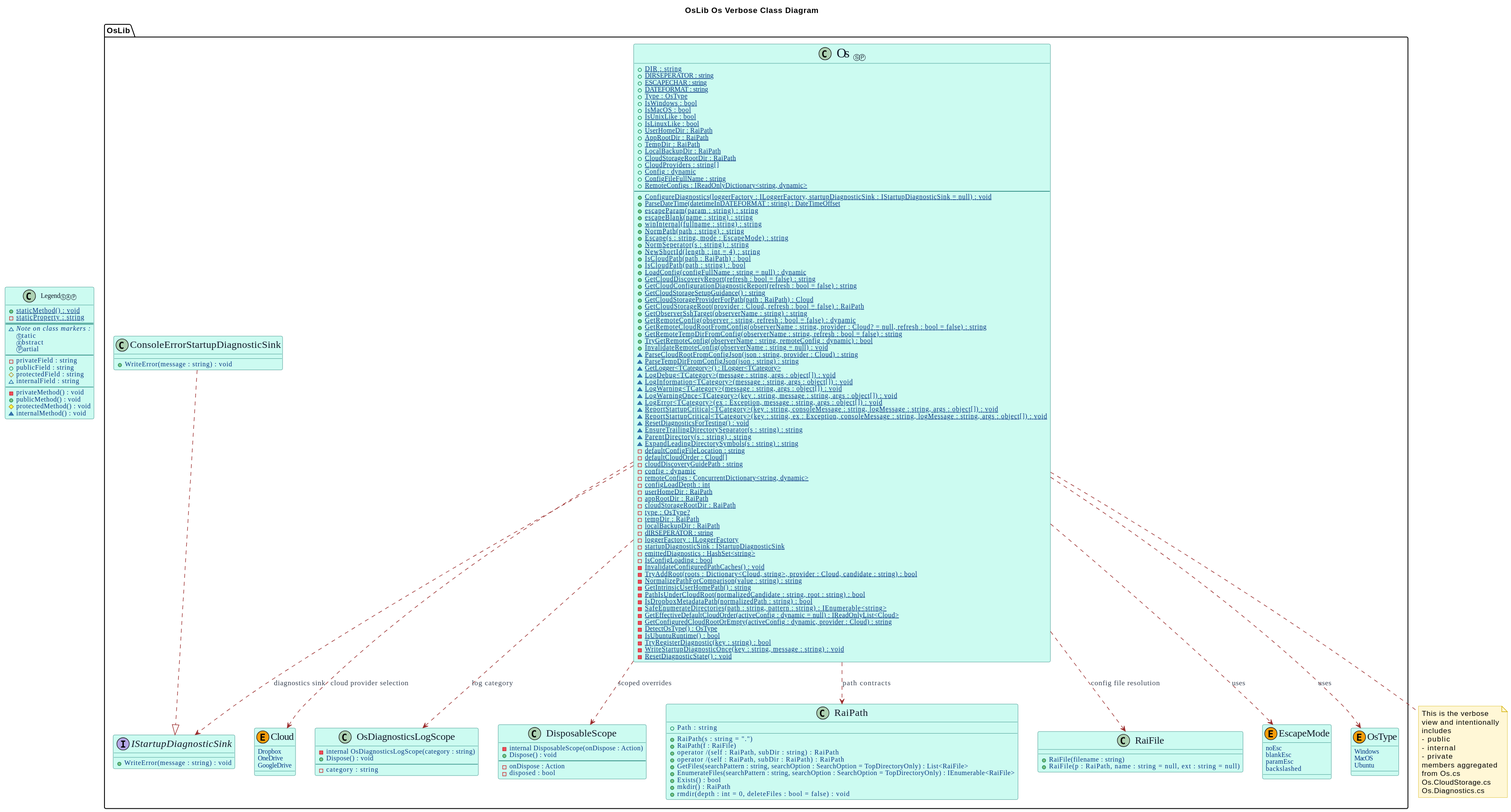
Above: Os-verboseCD.svg in Burkhardt/OsLib (PlantUML), before the change. Source of this version:
```plantuml
@startuml

title OsLib Os Verbose Class Diagram

skinparam backgroundColor white
skinparam shadowing false
skinparam DiagramFontName "Casual"
skinparam DiagramFontSize 36
skinparam ClassFontName "Casual"
skinparam ClassFontSize 36
skinparam ClassAttributeIconSize 10
skinparam ClassAttributeFontName Casual
skinparam ClassAttributeFontColor #053583
skinparam ClassAttributeFontWeight normal
skinparam ClassAttributeFontSize 12
skinparam ClassMethodFontName "Casual"
skinparam ClassMethodFontSize 12
skinparam ClassMethodFontWeight 500
skinparam ClassAttributeFontStyle normal
skinparam ClassBorderColor #0f766e
skinparam ClassBackgroundColor #ccfbf1
skinparam ClassFontColor #111827
skinparam EnumBorderColor #b45309
skinparam EnumBackgroundColor #fef3c7
skinparam EnumFontColor #7c2d12
skinparam NoteBackgroundColor #fff7d6
skinparam NoteBorderColor #d4b106
skinparam ArrowColor #9b2c2c
skinparam ArrowFontColor #374151
skinparam ArrowFontName "Casual"

show circle

package "OsLib" {
	enum "<size:18>EscapeMode</size>" as EscapeMode << (E,#f59e0b) >> {
		noEsc
		blankEsc
		paramEsc
		backslashed
	}

	enum "<size:18>OsType</size>" as OsType << (E,#f59e0b) >> {
		Windows
		MacOS
		Ubuntu
	}

	enum "<size:18>Cloud</size>" as Cloud << (E,#f59e0b) >> {
		Dropbox
		OneDrive
		GoogleDrive
	}

	interface "<size:18>IStartupDiagnosticSink</size>" as IStartupDiagnosticSink {
		+WriteError(message : string) : void
	}

	class "<size:18>ConsoleErrorStartupDiagnosticSink</size>" as ConsoleErrorStartupDiagnosticSink {
		+WriteError(message : string) : void
	}

	class "<size:18>OsDiagnosticsLogScope</size>" as OsDiagnosticsLogScope {
		-internal OsDiagnosticsLogScope(category : string)
		+Dispose() : void
		--
		-category : string
	}

	class "<size:18>DisposableScope</size>" as DisposableScope {
		-internal DisposableScope(onDispose : Action)
		+Dispose() : void
		--
		-onDispose : Action
		-disposed : bool
	}

	class "<size:18>RaiPath</size>" as RaiPath {
		+Path : string
		+RaiPath(s : string = ".")
		+RaiPath(f : RaiFile)
		+operator /(self : RaiPath, subDir : string) : RaiPath
		+operator /(self : RaiPath, subDir : RaiPath) : RaiPath
		+GetFiles(searchPattern : string, searchOption : SearchOption = TopDirectoryOnly) : List<RaiFile>
		+EnumerateFiles(searchPattern : string, searchOption : SearchOption = TopDirectoryOnly) : IEnumerable<RaiFile>
		+Exists() : bool
		+mkdir() : RaiPath
		+rmdir(depth : int = 0, deleteFiles : bool = false) : void
	}

	class "<size:18>RaiFile</size>" as RaiFile {
		+RaiFile(filename : string)
		+RaiFile(p : RaiPath, name : string = null, ext : string = null)
	}

	class "<size:24>Os</size> ⓈⓅ" as Os {
		+{static} DIR : string
		+{static} DIRSEPERATOR : string
		+{static} ESCAPECHAR : string
		+{static} DATEFORMAT : string
		+{static} Type : OsType
		+{static} IsWindows : bool
		+{static} IsMacOS : bool
		+{static} IsUnixLike : bool
		+{static} IsLinuxLike : bool
		+{static} UserHomeDir : RaiPath
		+{static} AppRootDir : RaiPath
		+{static} TempDir : RaiPath
		+{static} LocalBackupDir : RaiPath
		+{static} CloudStorageRootDir : RaiPath
		+{static} CloudProviders : string[]
		+{static} Config : dynamic
		+{static} ConfigFileFullName : string
		+{static} RemoteConfigs : IReadOnlyDictionary<string, dynamic>
		--
		+{static} ConfigureDiagnostics(loggerFactory : ILoggerFactory, startupDiagnosticSink : IStartupDiagnosticSink = null) : void
		+{static} ParseDateTime(datetimeInDATEFORMAT : string) : DateTimeOffset
		+{static} escapeParam(param : string) : string
		+{static} escapeBlank(name : string) : string
		+{static} winInternal(fullname : string) : string
		+{static} NormPath(path : string) : string
		+{static} Escape(s : string, mode : EscapeMode) : string
		+{static} NormSeperator(s : string) : string
		+{static} NewShortId(length : int = 4) : string
		+{static} IsCloudPath(path : RaiPath) : bool
		+{static} IsCloudPath(path : string) : bool
		+{static} LoadConfig(configFullName : string = null) : dynamic
		+{static} GetCloudDiscoveryReport(refresh : bool = false) : string
		+{static} GetCloudConfigurationDiagnosticReport(refresh : bool = false) : string
		+{static} GetCloudStorageSetupGuidance() : string
		+{static} GetCloudStorageProviderForPath(path : RaiPath) : Cloud
		+{static} GetCloudStorageRoot(provider : Cloud, refresh : bool = false) : RaiPath
		+{static} GetObserverSshTarget(observerName : string) : string
		+{static} GetRemoteConfig(observer : string, refresh : bool = false) : dynamic
		+{static} GetRemoteCloudRootFromConfig(observerName : string, provider : Cloud? = null, refresh : bool = false) : string
		+{static} GetRemoteTempDirFromConfig(observerName : string, refresh : bool = false) : string
		+{static} TryGetRemoteConfig(observerName : string, remoteConfig : dynamic) : bool
		+{static} InvalidateRemoteConfig(observerName : string = null) : void
		~{static} ParseCloudRootFromConfigJson(json : string, provider : Cloud) : string
		~{static} ParseTempDirFromConfigJson(json : string) : string
		~{static} GetLogger<TCategory>() : ILogger<TCategory>
		~{static} LogDebug<TCategory>(message : string, args : object[]) : void
		~{static} LogInformation<TCategory>(message : string, args : object[]) : void
		~{static} LogWarning<TCategory>(message : string, args : object[]) : void
		~{static} LogWarningOnce<TCategory>(key : string, message : string, args : object[]) : void
		~{static} LogError<TCategory>(ex : Exception, message : string, args : object[]) : void
		~{static} ReportStartupCritical<TCategory>(key : string, consoleMessage : string, logMessage : string, args : object[]) : void
		~{static} ReportStartupCritical<TCategory>(key : string, ex : Exception, consoleMessage : string, logMessage : string, args : object[]) : void
		~{static} ResetDiagnosticsForTesting() : void
		~{static} EnsureTrailingDirectorySeparator(s : string) : string
		~{static} ParentDirectory(s : string) : string
		~{static} ExpandLeadingDirectorySymbols(s : string) : string
		-{static} defaultConfigFileLocation : string
		-{static} defaultCloudOrder : Cloud[]
		-{static} cloudDiscoveryGuidePath : string
		-{static} config : dynamic
		-{static} remoteConfigs : ConcurrentDictionary<string, dynamic>
		-{static} configLoadDepth : int
		-{static} userHomeDir : RaiPath
		-{static} appRootDir : RaiPath
		-{static} cloudStorageRootDir : RaiPath
		-{static} type : OsType?
		-{static} tempDir : RaiPath
		-{static} localBackupDir : RaiPath
		-{static} dIRSEPERATOR : string
		-{static} loggerFactory : ILoggerFactory
		-{static} startupDiagnosticSink : IStartupDiagnosticSink
		-{static} emittedDiagnostics : HashSet<string>
		-{static} IsConfigLoading : bool
		-{static} InvalidateConfiguredPathCaches() : void
		-{static} TryAddRoot(roots : Dictionary<Cloud, string>, provider : Cloud, candidate : string) : bool
		-{static} NormalizePathForComparison(value : string) : string
		-{static} GetIntrinsicUserHomePath() : string
		-{static} PathIsUnderCloudRoot(normalizedCandidate : string, root : string) : bool
		-{static} IsDropboxMetadataPath(normalizedPath : string) : bool
		-{static} SafeEnumerateDirectories(path : string, pattern : string) : IEnumerable<string>
		-{static} GetEffectiveDefaultCloudOrder(activeConfig : dynamic = null) : IReadOnlyList<Cloud>
		-{static} GetConfiguredCloudRootOrEmpty(activeConfig : dynamic, provider : Cloud) : string
		-{static} DetectOsType() : OsType
		-{static} IsUbuntuRuntime() : bool
		-{static} TryRegisterDiagnostic(key : string) : bool
		-{static} WriteStartupDiagnosticOnce(key : string, message : string) : void
		-{static} ResetDiagnosticState() : void
	}
}

ConsoleErrorStartupDiagnosticSink ..|> IStartupDiagnosticSink
Os ..> EscapeMode : uses
Os ..> OsType : uses
Os ..> Cloud : cloud provider selection
Os ..> RaiPath : path contracts
Os ..> RaiFile : config file resolution
Os ..> IStartupDiagnosticSink : diagnostics sink
Os ..> OsDiagnosticsLogScope : log category
Os ..> DisposableScope : scoped overrides

class "Legend<size:10>ⓈⒶⓅ</size>" as LegendSample {
	+{static} staticMethod() : void
	-{static} staticProperty : string
	==
	~<i>Note on class markers :</i>
	<size:10>Ⓢ</size>tatic
	<size:10>Ⓐ</size>bstract
	Ⓟartial
	--
	- privateField : string
	+ publicField : string
	# protectedField : string
	~ internalField : string
	--
	- privateMethod() : void
	+ publicMethod() : void
	# protectedMethod() : void
	~ internalMethod() : void
}

note bottom of Os
	This is the verbose
	view and intentionally
	includes
	- public
	- internal
	- private
	members aggregated
	from Os.cs
	Os.CloudStorage.cs
	Os.Diagnostics.cs
end note
@enduml
```
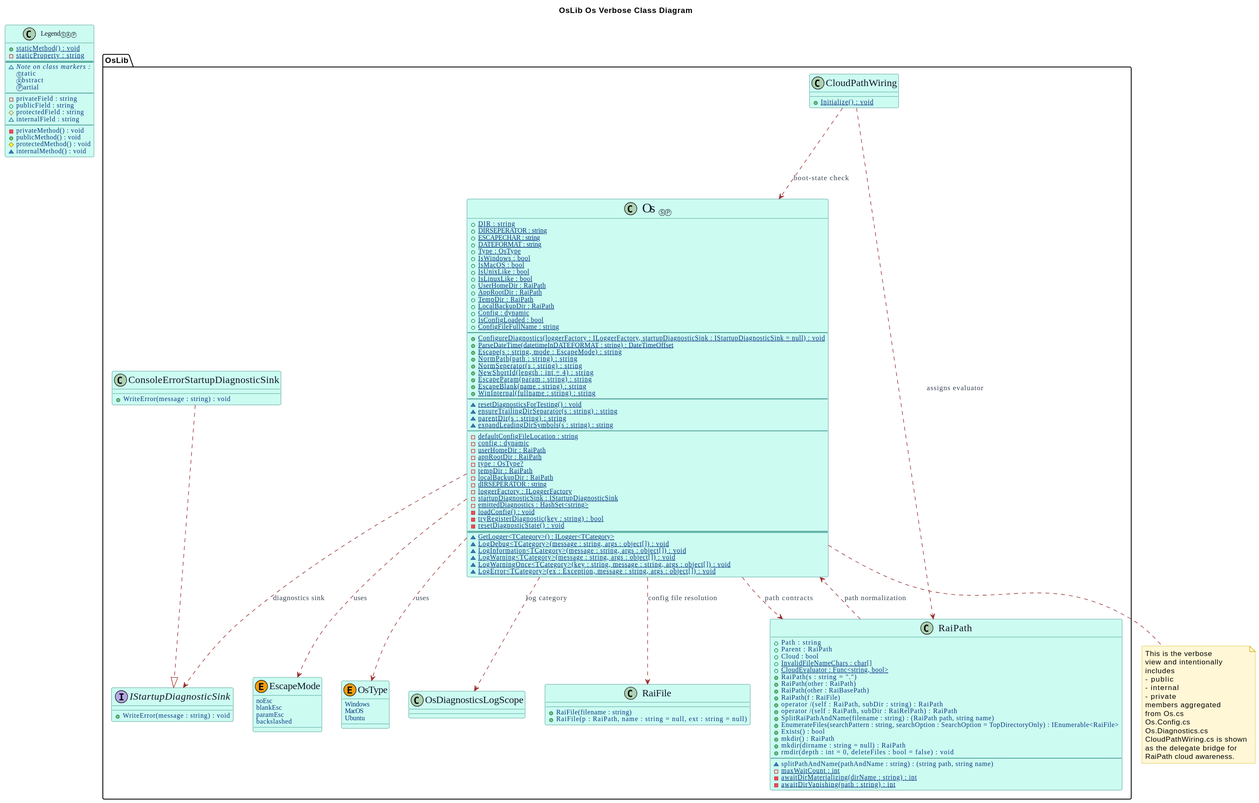
Above is the later version.

Change to the diagram source:
```diff
@@ -45,12 +45,6 @@
 		Ubuntu
 	}
 
-	enum "<size:18>Cloud</size>" as Cloud << (E,#f59e0b) >> {
-		Dropbox
-		OneDrive
-		GoogleDrive
-	}
-
 	interface "<size:18>IStartupDiagnosticSink</size>" as IStartupDiagnosticSink {
 		+WriteError(message : string) : void
 	}
@@ -60,31 +54,35 @@
 	}
 
 	class "<size:18>OsDiagnosticsLogScope</size>" as OsDiagnosticsLogScope {
-		-internal OsDiagnosticsLogScope(category : string)
-		+Dispose() : void
-		--
-		-category : string
 	}
 
-	class "<size:18>DisposableScope</size>" as DisposableScope {
-		-internal DisposableScope(onDispose : Action)
-		+Dispose() : void
-		--
-		-onDispose : Action
-		-disposed : bool
+	class "<size:18>CloudPathWiring</size>" as CloudPathWiring {
+		+{static} Initialize() : void
 	}
 
 	class "<size:18>RaiPath</size>" as RaiPath {
 		+Path : string
+		+Parent : RaiPath
+		+Cloud : bool
+		+{static} InvalidFileNameChars : char[]
+		+{static} CloudEvaluator : Func<string, bool>
 		+RaiPath(s : string = ".")
+		+RaiPath(other : RaiPath)
+		+RaiPath(other : RaiBasePath)
 		+RaiPath(f : RaiFile)
 		+operator /(self : RaiPath, subDir : string) : RaiPath
-		+operator /(self : RaiPath, subDir : RaiPath) : RaiPath
-		+GetFiles(searchPattern : string, searchOption : SearchOption = TopDirectoryOnly) : List<RaiFile>
+		+operator /(self : RaiPath, subDir : RaiRelPath) : RaiPath
+		+SplitRaiPathAndName(filename : string) : (RaiPath path, string name)
 		+EnumerateFiles(searchPattern : string, searchOption : SearchOption = TopDirectoryOnly) : IEnumerable<RaiFile>
 		+Exists() : bool
 		+mkdir() : RaiPath
+		+mkdir(dirname : string = null) : RaiPath
 		+rmdir(depth : int = 0, deleteFiles : bool = false) : void
+		--
+		~splitPathAndName(pathAndName : string) : (string path, string name)
+		-{static} maxWaitCount : int
+		-{static} awaitDirMaterializing(dirName : string) : int
+		-{static} awaitDirVanishing(path : string) : int
 	}
 
 	class "<size:18>RaiFile</size>" as RaiFile {
@@ -106,58 +104,29 @@
 		+{static} AppRootDir : RaiPath
 		+{static} TempDir : RaiPath
 		+{static} LocalBackupDir : RaiPath
-		+{static} CloudStorageRootDir : RaiPath
-		+{static} CloudProviders : string[]
 		+{static} Config : dynamic
+		+{static} IsConfigLoaded : bool
 		+{static} ConfigFileFullName : string
-		+{static} RemoteConfigs : IReadOnlyDictionary<string, dynamic>
 		--
 		+{static} ConfigureDiagnostics(loggerFactory : ILoggerFactory, startupDiagnosticSink : IStartupDiagnosticSink = null) : void
 		+{static} ParseDateTime(datetimeInDATEFORMAT : string) : DateTimeOffset
-		+{static} escapeParam(param : string) : string
-		+{static} escapeBlank(name : string) : string
-		+{static} winInternal(fullname : string) : string
+		+{static} Escape(s : string, mode : EscapeMode) : string
 		+{static} NormPath(path : string) : string
-		+{static} Escape(s : string, mode : EscapeMode) : string
 		+{static} NormSeperator(s : string) : string
 		+{static} NewShortId(length : int = 4) : string
-		+{static} IsCloudPath(path : RaiPath) : bool
-		+{static} IsCloudPath(path : string) : bool
-		+{static} LoadConfig(configFullName : string = null) : dynamic
-		+{static} GetCloudDiscoveryReport(refresh : bool = false) : string
-		+{static} GetCloudConfigurationDiagnosticReport(refresh : bool = false) : string
-		+{static} GetCloudStorageSetupGuidance() : string
-		+{static} GetCloudStorageProviderForPath(path : RaiPath) : Cloud
-		+{static} GetCloudStorageRoot(provider : Cloud, refresh : bool = false) : RaiPath
-		+{static} GetObserverSshTarget(observerName : string) : string
-		+{static} GetRemoteConfig(observer : string, refresh : bool = false) : dynamic
-		+{static} GetRemoteCloudRootFromConfig(observerName : string, provider : Cloud? = null, refresh : bool = false) : string
-		+{static} GetRemoteTempDirFromConfig(observerName : string, refresh : bool = false) : string
-		+{static} TryGetRemoteConfig(observerName : string, remoteConfig : dynamic) : bool
-		+{static} InvalidateRemoteConfig(observerName : string = null) : void
-		~{static} ParseCloudRootFromConfigJson(json : string, provider : Cloud) : string
-		~{static} ParseTempDirFromConfigJson(json : string) : string
-		~{static} GetLogger<TCategory>() : ILogger<TCategory>
-		~{static} LogDebug<TCategory>(message : string, args : object[]) : void
-		~{static} LogInformation<TCategory>(message : string, args : object[]) : void
-		~{static} LogWarning<TCategory>(message : string, args : object[]) : void
-		~{static} LogWarningOnce<TCategory>(key : string, message : string, args : object[]) : void
-		~{static} LogError<TCategory>(ex : Exception, message : string, args : object[]) : void
-		~{static} ReportStartupCritical<TCategory>(key : string, consoleMessage : string, logMessage : string, args : object[]) : void
-		~{static} ReportStartupCritical<TCategory>(key : string, ex : Exception, consoleMessage : string, logMessage : string, args : object[]) : void
-		~{static} ResetDiagnosticsForTesting() : void
-		~{static} EnsureTrailingDirectorySeparator(s : string) : string
-		~{static} ParentDirectory(s : string) : string
-		~{static} ExpandLeadingDirectorySymbols(s : string) : string
+		+{static} EscapeParam(param : string) : string
+		+{static} EscapeBlank(name : string) : string
+		+{static} WinInternal(fullname : string) : string
+		--
+		~{static} resetDiagnosticsForTesting() : void
+		~{static} ensureTrailingDirSeparator(s : string) : string
+		~{static} parentDir(s : string) : string
+		~{static} expandLeadingDirSymbols(s : string) : string
+		--
 		-{static} defaultConfigFileLocation : string
-		-{static} defaultCloudOrder : Cloud[]
-		-{static} cloudDiscoveryGuidePath : string
 		-{static} config : dynamic
-		-{static} remoteConfigs : ConcurrentDictionary<string, dynamic>
-		-{static} configLoadDepth : int
 		-{static} userHomeDir : RaiPath
 		-{static} appRootDir : RaiPath
-		-{static} cloudStorageRootDir : RaiPath
 		-{static} type : OsType?
 		-{static} tempDir : RaiPath
 		-{static} localBackupDir : RaiPath
@@ -165,33 +134,29 @@
 		-{static} loggerFactory : ILoggerFactory
 		-{static} startupDiagnosticSink : IStartupDiagnosticSink
 		-{static} emittedDiagnostics : HashSet<string>
-		-{static} IsConfigLoading : bool
-		-{static} InvalidateConfiguredPathCaches() : void
-		-{static} TryAddRoot(roots : Dictionary<Cloud, string>, provider : Cloud, candidate : string) : bool
-		-{static} NormalizePathForComparison(value : string) : string
-		-{static} GetIntrinsicUserHomePath() : string
-		-{static} PathIsUnderCloudRoot(normalizedCandidate : string, root : string) : bool
-		-{static} IsDropboxMetadataPath(normalizedPath : string) : bool
-		-{static} SafeEnumerateDirectories(path : string, pattern : string) : IEnumerable<string>
-		-{static} GetEffectiveDefaultCloudOrder(activeConfig : dynamic = null) : IReadOnlyList<Cloud>
-		-{static} GetConfiguredCloudRootOrEmpty(activeConfig : dynamic, provider : Cloud) : string
-		-{static} DetectOsType() : OsType
-		-{static} IsUbuntuRuntime() : bool
-		-{static} TryRegisterDiagnostic(key : string) : bool
-		-{static} WriteStartupDiagnosticOnce(key : string, message : string) : void
-		-{static} ResetDiagnosticState() : void
+		-{static} loadConfig() : void
+		-{static} tryRegisterDiagnostic(key : string) : bool
+		-{static} resetDiagnosticState() : void
+		===
+		~{static} GetLogger<TCategory>() : ILogger<TCategory>
+		~{static} LogDebug<TCategory>(message : string, args : object[]) : void
+		~{static} LogInformation<TCategory>(message : string, args : object[]) : void
+		~{static} LogWarning<TCategory>(message : string, args : object[]) : void
+		~{static} LogWarningOnce<TCategory>(key : string, message : string, args : object[]) : void
+		~{static} LogError<TCategory>(ex : Exception, message : string, args : object[]) : void
 	}
 }
 
 ConsoleErrorStartupDiagnosticSink ..|> IStartupDiagnosticSink
 Os ..> EscapeMode : uses
 Os ..> OsType : uses
-Os ..> Cloud : cloud provider selection
 Os ..> RaiPath : path contracts
 Os ..> RaiFile : config file resolution
 Os ..> IStartupDiagnosticSink : diagnostics sink
 Os ..> OsDiagnosticsLogScope : log category
-Os ..> DisposableScope : scoped overrides
+CloudPathWiring ..> Os : boot-state check
+CloudPathWiring ..> RaiPath : assigns evaluator
+RaiPath ..> Os : path normalization
 
 class "Legend<size:10>ⓈⒶⓅ</size>" as LegendSample {
 	+{static} staticMethod() : void
@@ -222,7 +187,10 @@
 	- private
 	members aggregated
 	from Os.cs
-	Os.CloudStorage.cs
+	Os.Config.cs
 	Os.Diagnostics.cs
+	CloudPathWiring.cs is shown
+	as the delegate bridge for
+	RaiPath cloud awareness.
 end note
 @enduml
```
